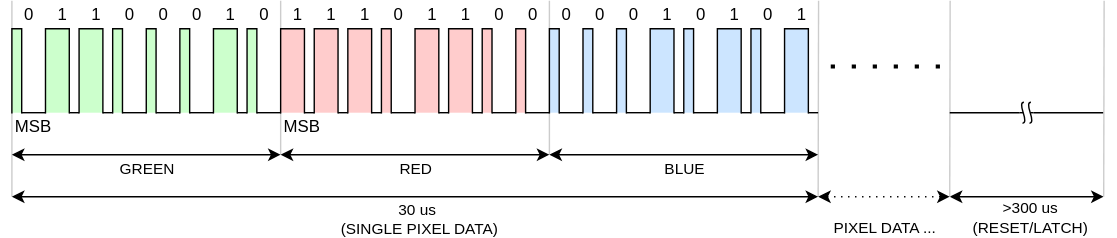
The draw.io diagram docs/11_pulse_transmitter_WS2812B.drawio.svg in HX2003/tinyqv-pulse-transmitter, before a commit. Source tidied: cells renumbered, new cells last; positions are measured from the earlier drawing's top-left corner, leaving out a move shared by most shapes.
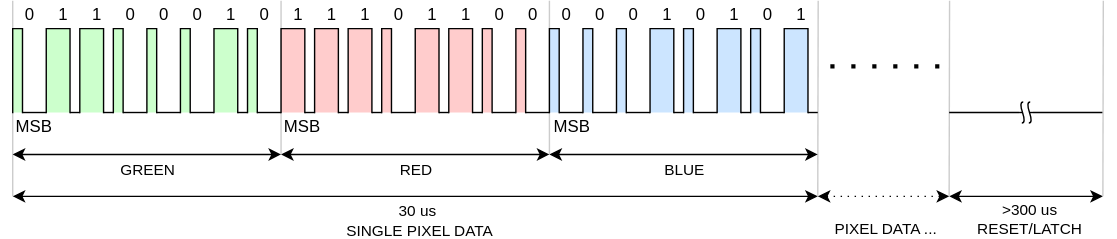
After the change.

Commit message:
Add timing diagram for 74HC595

Diff of the diagram source:
```diff
@@ -57,7 +57,7 @@
         <mxPoint x="576" y="140" as="targetPoint" />
       </mxGeometry>
     </mxCell>
-    <mxCell id="12" value="&lt;div&gt;30&lt;span style=&quot;background-color: transparent; color: light-dark(rgb(0, 0, 0), rgb(255, 255, 255));&quot;&gt;&amp;nbsp;us&lt;/span&gt;&lt;/div&gt;&lt;div&gt;&lt;span style=&quot;background-color: transparent; color: light-dark(rgb(0, 0, 0), rgb(255, 255, 255));&quot;&gt;&amp;nbsp;(&lt;/span&gt;&lt;span style=&quot;background-color: transparent; color: light-dark(rgb(0, 0, 0), rgb(255, 255, 255));&quot;&gt;SINGLE PIXEL DATA)&lt;/span&gt;&lt;/div&gt;" style="edgeLabel;html=1;align=center;verticalAlign=middle;labelBackgroundColor=none;textShadow=0;" parent="11" vertex="1">
+    <mxCell id="12" value="&lt;div&gt;30&lt;span style=&quot;background-color: transparent; color: light-dark(rgb(0, 0, 0), rgb(255, 255, 255));&quot;&gt;&amp;nbsp;us&lt;/span&gt;&lt;/div&gt;&lt;div&gt;&lt;span style=&quot;background-color: transparent; color: light-dark(rgb(0, 0, 0), rgb(255, 255, 255));&quot;&gt;&amp;nbsp;&lt;/span&gt;&lt;span style=&quot;background-color: transparent; color: light-dark(rgb(0, 0, 0), rgb(255, 255, 255));&quot;&gt;SINGLE PIXEL DATA&lt;/span&gt;&lt;/div&gt;" style="edgeLabel;html=1;align=center;verticalAlign=middle;labelBackgroundColor=none;textShadow=0;" parent="11" vertex="1">
       <mxGeometry x="0.02" y="1" relative="1" as="geometry">
         <mxPoint x="-6" y="17" as="offset" />
       </mxGeometry>
@@ -475,7 +475,7 @@
         <mxPoint x="780" y="140" as="targetPoint" />
       </mxGeometry>
     </mxCell>
-    <mxCell id="124" value="&lt;div&gt;&amp;gt;300&lt;span style=&quot;background-color: transparent; color: light-dark(rgb(0, 0, 0), rgb(255, 255, 255));&quot;&gt;&amp;nbsp;us&lt;/span&gt;&lt;/div&gt;&lt;div&gt;&lt;span style=&quot;background-color: transparent; color: light-dark(rgb(0, 0, 0), rgb(255, 255, 255));&quot;&gt;(&lt;/span&gt;&lt;span style=&quot;background-color: transparent; color: light-dark(rgb(0, 0, 0), rgb(255, 255, 255));&quot;&gt;RESET/LATCH)&lt;/span&gt;&lt;/div&gt;" style="edgeLabel;html=1;align=center;verticalAlign=middle;labelBackgroundColor=none;textShadow=0;" parent="123" vertex="1">
+    <mxCell id="124" value="&lt;div&gt;&amp;gt;300&lt;span style=&quot;background-color: transparent; color: light-dark(rgb(0, 0, 0), rgb(255, 255, 255));&quot;&gt;&amp;nbsp;us&lt;/span&gt;&lt;/div&gt;&lt;div&gt;&lt;span style=&quot;background-color: transparent; color: light-dark(rgb(0, 0, 0), rgb(255, 255, 255));&quot;&gt;RESET/LATCH&lt;/span&gt;&lt;/div&gt;" style="edgeLabel;html=1;align=center;verticalAlign=middle;labelBackgroundColor=none;textShadow=0;" parent="123" vertex="1">
       <mxGeometry x="0.02" y="1" relative="1" as="geometry">
         <mxPoint y="16" as="offset" />
       </mxGeometry>
@@ -556,5 +556,8 @@
         <mxPoint x="780.3" as="targetPoint" />
       </mxGeometry>
     </mxCell>
+    <mxCell id="137" value="MSB" style="text;html=1;align=center;verticalAlign=middle;whiteSpace=wrap;rounded=0;" parent="1" vertex="1">
+      <mxGeometry x="390" y="85" width="20" height="10" as="geometry" />
+    </mxCell>
   </root>
 </mxGraphModel>
```
